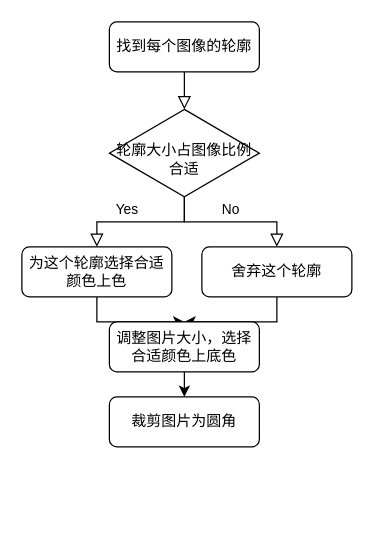
The draw.io diagram houqi.drawio in kuirh/xmldaotu, before the edit. Source tidied: cells renumbered, new cells numbered last; positions are measured from the earlier drawing's top-left corner, leaving out a move shared by most shapes. Both pictures are drawn from the tidied source at 125%, with x=0, y=0 at pixel (21, 21).
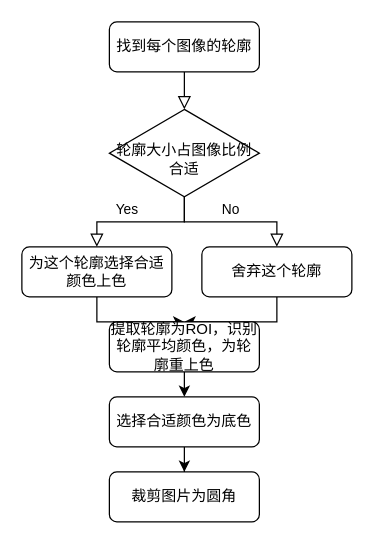
Above is the later version.

Change to the diagram source:
```diff
@@
 <mxGraphModel>
   <root>
     <mxCell id="0" />
     <mxCell id="1" parent="0" />
     <mxCell id="2" style="rounded=0;html=1;jettySize=auto;fontSize=11;endArrow=block;endFill=0;endSize=8;strokeWidth=1;shadow=0;labelBackgroundColor=none;edgeStyle=orthogonalEdgeStyle;" parent="1" edge="1" source="3" target="6">
       <mxGeometry relative="1" as="geometry" />
     </mxCell>
     <mxCell id="3" value="找到每个图像的轮廓" style="rounded=1;whiteSpace=wrap;html=1;fontSize=12;glass=0;strokeWidth=1;shadow=0;" parent="1" vertex="1">
       <mxGeometry x="70" width="120" height="40" as="geometry" />
     </mxCell>
     <mxCell id="4" value="Yes" style="rounded=0;html=1;jettySize=auto;fontSize=11;endArrow=block;endFill=0;endSize=8;strokeWidth=1;shadow=0;labelBackgroundColor=none;edgeStyle=orthogonalEdgeStyle;entryX=0.5;entryY=0;entryDx=0;entryDy=0;" parent="1" edge="1" source="6" target="10">
       <mxGeometry x="0.2" y="-10" relative="1" as="geometry" />
     </mxCell>
     <mxCell id="5" value="No" style="edgeStyle=orthogonalEdgeStyle;rounded=0;html=1;jettySize=auto;fontSize=11;endArrow=block;endFill=0;endSize=8;strokeWidth=1;shadow=0;labelBackgroundColor=none;" parent="1" edge="1" source="6" target="8">
       <mxGeometry y="10" relative="1" as="geometry" />
     </mxCell>
     <mxCell id="6" value="&lt;br&gt;轮廓大小占图像比例合适" style="rhombus;whiteSpace=wrap;html=1;shadow=0;fontFamily=Helvetica;fontSize=12;align=center;strokeWidth=1;spacing=6;spacingTop=-4;" parent="1" vertex="1">
       <mxGeometry x="70" y="70" width="120" height="70" as="geometry" />
     </mxCell>
     <mxCell id="7" style="edgeStyle=orthogonalEdgeStyle;rounded=0;jettySize=auto;html=1;exitX=0.5;exitY=1;exitDx=0;exitDy=0;" parent="1" edge="1" source="8" target="12">
       <mxGeometry relative="1" as="geometry" />
     </mxCell>
     <mxCell id="8" value="舍弃这个轮廓" style="rounded=1;whiteSpace=wrap;html=1;fontSize=12;glass=0;strokeWidth=1;shadow=0;" parent="1" vertex="1">
       <mxGeometry x="144" y="180" width="120" height="40" as="geometry" />
     </mxCell>
     <mxCell id="9" style="edgeStyle=orthogonalEdgeStyle;rounded=0;jettySize=auto;html=1;exitX=0.5;exitY=1;exitDx=0;exitDy=0;entryX=0.5;entryY=0;entryDx=0;entryDy=0;" parent="1" edge="1" source="10" target="12">
       <mxGeometry relative="1" as="geometry" />
     </mxCell>
     <mxCell id="10" value="为这个轮廓选择合适颜色上色" style="rounded=1;whiteSpace=wrap;html=1;fontSize=12;glass=0;strokeWidth=1;shadow=0;" parent="1" vertex="1">
       <mxGeometry y="180" width="120" height="40" as="geometry" />
     </mxCell>
     <mxCell id="11" style="edgeStyle=orthogonalEdgeStyle;rounded=0;jettySize=auto;html=1;exitX=0.5;exitY=1;exitDx=0;exitDy=0;entryX=0.5;entryY=0;entryDx=0;entryDy=0;" parent="1" edge="1" source="12" target="13">
       <mxGeometry relative="1" as="geometry" />
     </mxCell>
-    <mxCell id="12" value="调整图片大小，选择合适颜色上底色" style="rounded=1;whiteSpace=wrap;html=1;fontSize=12;glass=0;strokeWidth=1;shadow=0;" parent="1" vertex="1">
+    <mxCell id="12" value="提取轮廓为ROI，识别轮廓平均颜色，为轮廓重上色" style="rounded=1;whiteSpace=wrap;html=1;fontSize=12;glass=0;strokeWidth=1;shadow=0;" parent="1" vertex="1">
       <mxGeometry x="70" y="240" width="120" height="40" as="geometry" />
     </mxCell>
+    <mxCell id="14" style="edgeStyle=orthogonalEdgeStyle;rounded=0;jettySize=auto;html=1;exitX=0.5;exitY=1;exitDx=0;exitDy=0;" parent="1" edge="1" source="13" target="15">
+      <mxGeometry relative="1" as="geometry" />
+    </mxCell>
-    <mxCell id="13" value="裁剪图片为圆角" style="rounded=1;whiteSpace=wrap;html=1;fontSize=12;glass=0;strokeWidth=1;shadow=0;" parent="1" vertex="1">
+    <mxCell id="13" value="选择合适颜色为底色" style="rounded=1;whiteSpace=wrap;html=1;fontSize=12;glass=0;strokeWidth=1;shadow=0;" parent="1" vertex="1">
       <mxGeometry x="70" y="300" width="120" height="40" as="geometry" />
     </mxCell>
+    <mxCell id="15" value="裁剪图片为圆角" style="rounded=1;whiteSpace=wrap;html=1;fontSize=12;glass=0;strokeWidth=1;shadow=0;" parent="1" vertex="1">
+      <mxGeometry x="70" y="360" width="120" height="40" as="geometry" />
+    </mxCell>
   </root>
 </mxGraphModel>
```
